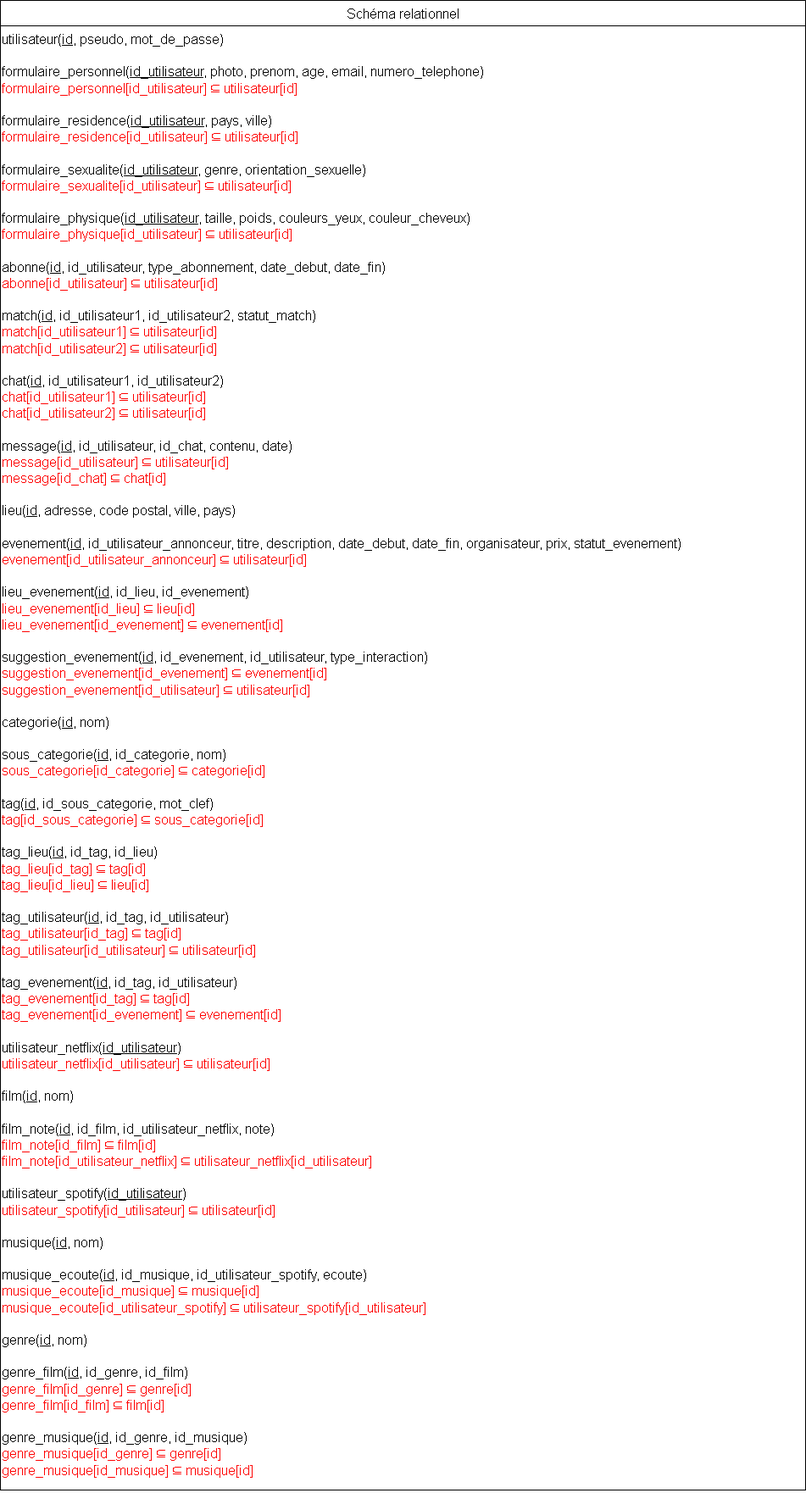
Above: RELATIONNEL.png in SuyuKuka/Le-Big-Match-Big-Brother-Is-Matching-You (draw.io), before the change. Source tidied: cells renumbered, new cells last; positions are measured from the earlier drawing's top-left corner, leaving out a move shared by most shapes.
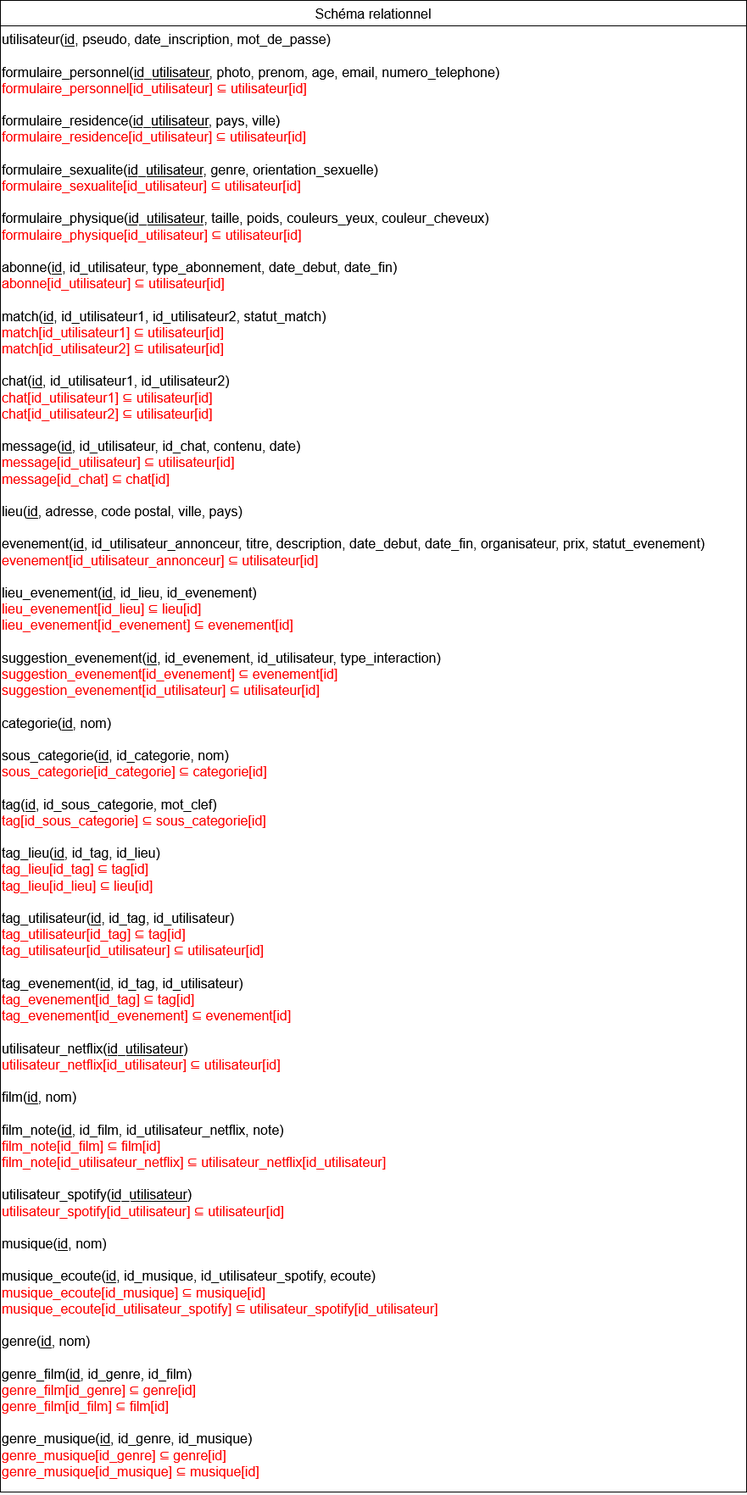
After the commit.

Commit message:
+ date d'inscription et update er relationnel

Diff of the diagram source:
```diff
@@ -2,17 +2,17 @@
   <root>
     <mxCell id="0" />
     <mxCell id="1" parent="0" />
-    <mxCell id="2" style="rounded=0;whiteSpace=wrap;html=1;" parent="1" vertex="1">
-      <mxGeometry width="950" height="1758" as="geometry" />
-    </mxCell>
+    <mxCell id="6" style="rounded=0;whiteSpace=wrap;html=1;" parent="1" vertex="1">
+      <mxGeometry width="880" height="1760" as="geometry" />
+    </mxCell>
     <mxCell id="3" value="Schéma relationnel" style="shape=table;startSize=30;strokeColor=default;fontSize=16;" parent="1" vertex="1">
-      <mxGeometry width="950" height="1758" as="geometry" />
+      <mxGeometry width="880" height="1760" as="geometry" />
     </mxCell>
     <mxCell id="4" style="shape=tableRow;horizontal=0;startSize=0;swimlaneHead=0;swimlaneBody=0;strokeColor=inherit;top=0;left=0;bottom=0;right=0;fillColor=none;fontSize=16;" parent="3" vertex="1">
-      <mxGeometry y="30" width="950" height="1728" as="geometry" />
+      <mxGeometry y="30" width="880" height="1730" as="geometry" />
     </mxCell>
-    <mxCell id="5" value="&lt;div&gt;utilisateur(&lt;u&gt;id&lt;/u&gt;, pseudo, mot_de_passe)&lt;/div&gt;&lt;div&gt;&lt;br&gt;&lt;/div&gt;&lt;div&gt;formulaire_personnel(&lt;u&gt;id_utilisateur&lt;/u&gt;, photo, prenom, age, email, numero_telephone)&lt;/div&gt;&lt;span style=&quot;color: rgb(255, 0, 0);&quot;&gt;formulaire_personnel[id_utilisateur] ⊆ utilisateur[id]&lt;/span&gt;&lt;br&gt;&lt;br&gt;formulaire_residence(&lt;u&gt;id_utilisateur&lt;/u&gt;, pays, ville)&lt;br&gt;&lt;span style=&quot;color: rgb(255, 0, 0);&quot;&gt;formulaire_residence&lt;/span&gt;&lt;span style=&quot;color: rgb(255, 0, 0);&quot;&gt;[id_utilisateur] ⊆ utilisateur[id]&lt;/span&gt;&lt;br&gt;&lt;br&gt;&lt;div&gt;formulaire_sexualite(&lt;u&gt;id_utilisateur&lt;/u&gt;, genre, orientation_sexuelle)&lt;/div&gt;&lt;div&gt;&lt;span style=&quot;color: rgb(255, 0, 0);&quot;&gt;formulaire_sexualite&lt;/span&gt;&lt;span style=&quot;color: rgb(255, 0, 0);&quot;&gt;[id_utilisateur] ⊆ utilisateur[id]&lt;/span&gt;&lt;/div&gt;&lt;br&gt;formulaire_physique(&lt;u&gt;id_utilisateur&lt;/u&gt;, taille, poids, couleurs_yeux, couleur_cheveux)&lt;br&gt;&lt;div&gt;&lt;div&gt;&lt;span style=&quot;color: rgb(255, 0, 0);&quot;&gt;formulaire_physique&lt;/span&gt;&lt;span style=&quot;color: rgb(255, 0, 0);&quot;&gt;[id_utilisateur] ⊆ utilisateur[id]&lt;/span&gt;&lt;/div&gt;&lt;/div&gt;&lt;br&gt;abonne(&lt;u&gt;id&lt;/u&gt;, id_utilisateur, type_abonnement,&amp;nbsp;date_debut,&amp;nbsp;date_fin)&lt;br&gt;&lt;span style=&quot;color: rgb(255, 0, 0);&quot;&gt;abonne[id_utilisateur] ⊆ utilisateur[id]&lt;/span&gt;&lt;br&gt;&lt;br&gt;match(&lt;u&gt;id&lt;/u&gt;, id_utilisateur1, id_utilisateur2, statut_match)&lt;br&gt;&lt;span style=&quot;color: rgb(255, 0, 0);&quot;&gt;match[id_utilisateur1] ⊆ utilisateur[id]&lt;br&gt;match[id_utilisateur2] ⊆ utilisateur[id]&lt;/span&gt;&lt;br&gt;&lt;br&gt;chat(&lt;u&gt;id&lt;/u&gt;, id_utilisateur1, id_utilisateur2)&lt;br&gt;&lt;span style=&quot;color: rgb(255, 0, 0);&quot;&gt;chat[id_utilisateur1] ⊆ utilisateur[id]&lt;br&gt;chat[id_utilisateur2] ⊆ utilisateur[id]&lt;/span&gt;&lt;br&gt;&lt;br&gt;message(&lt;u&gt;id&lt;/u&gt;, id_utilisateur, id_chat, contenu, date)&lt;br&gt;&lt;span style=&quot;color: rgb(255, 0, 0);&quot;&gt;message[id_utilisateur] ⊆ utilisateur[id]&lt;br&gt;&lt;/span&gt;&lt;div&gt;&lt;span style=&quot;color: rgb(255, 0, 0);&quot;&gt;message[id_chat] ⊆ chat[id]&lt;/span&gt;&lt;/div&gt;&lt;br&gt;&lt;div&gt;lieu(&lt;u&gt;id&lt;/u&gt;, adresse, code postal, ville, pays)&lt;/div&gt;&lt;div&gt;&lt;br&gt;&lt;/div&gt;&lt;div&gt;evenement(&lt;u&gt;id&lt;/u&gt;, id_utilisateur_annonceur, titre, description, date_debut, date_fin, organisateur, prix, statut_evenement)&lt;/div&gt;&lt;span style=&quot;color: rgb(255, 0, 0);&quot;&gt;evenement[id_utilisateur_annonceur] ⊆ utilisateur[id]&lt;/span&gt;&lt;br&gt;&lt;div&gt;&lt;br&gt;&lt;/div&gt;&lt;div&gt;lieu_evenement(&lt;u&gt;id&lt;/u&gt;, id_lieu, id_evenement)&lt;/div&gt;&lt;div&gt;&lt;span style=&quot;color: rgb(255, 0, 0);&quot;&gt;lieu_evenement[id_lieu] ⊆ lieu[id]&lt;/span&gt;&lt;/div&gt;&lt;div&gt;&lt;span style=&quot;color: rgb(255, 0, 0);&quot;&gt;lieu_evenement[id_evenement] ⊆ evenement[id]&lt;/span&gt;&lt;/div&gt;&lt;div&gt;&lt;span style=&quot;color: rgb(255, 0, 0);&quot;&gt;&lt;br&gt;&lt;/span&gt;&lt;/div&gt;suggestion_evenement(&lt;u&gt;id&lt;/u&gt;, id_evenement, id_utilisateur, type_interaction)&lt;br&gt;&lt;span style=&quot;background-color: light-dark(#ffffff, var(--ge-dark-color, #121212));&quot;&gt;&lt;span style=&quot;color: rgb(255, 0, 0);&quot;&gt;suggestion_evenement[id_evenement] ⊆ evenement[id]&lt;br&gt;suggestion_evenement[id_utilisateur] ⊆ utilisateur[id]&lt;/span&gt;&lt;/span&gt;&lt;br&gt;&lt;div&gt;&lt;br&gt;&lt;/div&gt;&lt;div&gt;categorie(&lt;u&gt;id&lt;/u&gt;, nom)&lt;/div&gt;&lt;div&gt;&lt;br&gt;&lt;/div&gt;&lt;div&gt;sous_categorie(&lt;u&gt;id&lt;/u&gt;, id_categorie, nom)&lt;br&gt;&lt;span style=&quot;color: rgb(255, 0, 0);&quot;&gt;sous_categorie[id_categorie] ⊆ categorie[id]&lt;/span&gt;&lt;/div&gt;&lt;div&gt;&lt;span style=&quot;color: rgb(255, 0, 0);&quot;&gt;&lt;br&gt;&lt;/span&gt;&lt;/div&gt;&lt;div&gt;tag(&lt;u&gt;id&lt;/u&gt;, id_sous_categorie, mot_clef)&lt;br&gt;&lt;span style=&quot;color: rgb(255, 0, 0);&quot;&gt;tag[id_sous_categorie] ⊆ sous_categorie[id]&lt;/span&gt;&lt;/div&gt;&lt;br&gt;tag_lieu(&lt;u&gt;id&lt;/u&gt;, id_tag, id_lieu)&lt;br&gt;&lt;span style=&quot;color: rgb(255, 0, 0);&quot;&gt;tag_lieu[id_tag] ⊆ tag[id]&lt;br&gt;tag_lieu[id_lieu] ⊆ lieu[id]&lt;/span&gt;&lt;br&gt;&lt;br&gt;tag_utilisateur(&lt;u&gt;id&lt;/u&gt;, id_tag, id_utilisateur)&lt;br&gt;&lt;span style=&quot;color: rgb(255, 0, 0);&quot;&gt;tag_utilisateur[id_tag] ⊆ tag[id]&lt;br&gt;tag_utilisateur[id_utilisateur] ⊆ utilisateur[id]&lt;/span&gt;&lt;br&gt;&lt;br&gt;tag_evenement(&lt;u&gt;id&lt;/u&gt;, id_tag, id_utilisateur)&lt;br&gt;&lt;span style=&quot;color: rgb(255, 0, 0);&quot;&gt;tag_evenement[id_tag] ⊆ tag[id]&lt;br&gt;tag_evenement[id_evenement] ⊆ evenement[id]&lt;/span&gt;&lt;br&gt;&lt;br&gt;utilisateur_netflix(&lt;u&gt;id_utilisateur&lt;/u&gt;)&lt;br&gt;&lt;span style=&quot;color: rgb(255, 0, 0);&quot;&gt;utilisateur_netflix[id_utilisateur] ⊆ utilisateur[id]&lt;/span&gt;&lt;br&gt;&lt;br&gt;film(&lt;u&gt;id&lt;/u&gt;, nom)&lt;br&gt;&lt;br&gt;film_note(&lt;u&gt;id&lt;/u&gt;, id_film, id_utilisateur_netflix, note)&lt;br&gt;&lt;span style=&quot;color: rgb(255, 0, 0);&quot;&gt;film_note[id_film] ⊆ film[id]&lt;br&gt;film_note[id_utilisateur_netflix] ⊆ utilisateur_netflix[id_utilisateur]&lt;/span&gt;&lt;br&gt;&lt;br&gt;utilisateur_spotify(&lt;u&gt;id_utilisateur&lt;/u&gt;)&lt;br&gt;&lt;span style=&quot;color: rgb(255, 0, 0);&quot;&gt;utilisateur_spotify[id_utilisateur] ⊆ utilisateur[id]&lt;/span&gt;&lt;br&gt;&lt;br&gt;musique(&lt;u&gt;id&lt;/u&gt;, nom)&lt;br&gt;&lt;br&gt;musique_ecoute(&lt;u&gt;id&lt;/u&gt;, id_musique, id_utilisateur_spotify, ecoute)&lt;br&gt;&lt;span style=&quot;color: rgb(255, 0, 0);&quot;&gt;musique_ecoute[id_musique] ⊆ musique[id]&lt;br&gt;musique_ecoute[id_utilisateur_spotify] ⊆ utilisateur_spotify[id_utilisateur]&lt;/span&gt;&lt;br&gt;&lt;br&gt;genre(&lt;u&gt;id&lt;/u&gt;, nom)&lt;br&gt;&lt;br&gt;genre_film(&lt;u&gt;id&lt;/u&gt;, id_genre, id_film)&lt;br&gt;&lt;span style=&quot;color: rgb(255, 0, 0);&quot;&gt;genre_film[id_genre] ⊆ genre[id]&lt;br&gt;genre_film[id_film] ⊆ film[id]&lt;/span&gt;&lt;br&gt;&lt;br&gt;genre_musique(&lt;u&gt;id&lt;/u&gt;, id_genre, id_musique)&lt;br&gt;&lt;span style=&quot;color: rgb(255, 0, 0);&quot;&gt;genre_musique[id_genre] ⊆ genre[id]&lt;br&gt;genre_musique[id_musique] ⊆ musique[id]&lt;/span&gt;" style="shape=partialRectangle;html=1;whiteSpace=wrap;strokeColor=inherit;overflow=hidden;fillColor=none;top=0;left=0;bottom=0;right=0;fontSize=16;align=left;verticalAlign=top;" parent="4" vertex="1">
-      <mxGeometry width="950" height="1728" as="geometry" />
+    <mxCell id="5" value="&lt;div&gt;utilisateur(&lt;u&gt;id&lt;/u&gt;, pseudo, date_inscription, mot_de_passe)&lt;/div&gt;&lt;div&gt;&lt;br&gt;&lt;/div&gt;&lt;div&gt;formulaire_personnel(&lt;u&gt;id_utilisateur&lt;/u&gt;, photo, prenom, age, email, numero_telephone)&lt;/div&gt;&lt;span style=&quot;color: rgb(255, 0, 0);&quot;&gt;formulaire_personnel[id_utilisateur] ⊆ utilisateur[id]&lt;/span&gt;&lt;br&gt;&lt;br&gt;formulaire_residence(&lt;u&gt;id_utilisateur&lt;/u&gt;, pays, ville)&lt;br&gt;&lt;span style=&quot;color: rgb(255, 0, 0);&quot;&gt;formulaire_residence&lt;/span&gt;&lt;span style=&quot;color: rgb(255, 0, 0);&quot;&gt;[id_utilisateur] ⊆ utilisateur[id]&lt;/span&gt;&lt;br&gt;&lt;br&gt;&lt;div&gt;formulaire_sexualite(&lt;u&gt;id_utilisateur&lt;/u&gt;, genre, orientation_sexuelle)&lt;/div&gt;&lt;div&gt;&lt;span style=&quot;color: rgb(255, 0, 0);&quot;&gt;formulaire_sexualite&lt;/span&gt;&lt;span style=&quot;color: rgb(255, 0, 0);&quot;&gt;[id_utilisateur] ⊆ utilisateur[id]&lt;/span&gt;&lt;/div&gt;&lt;br&gt;formulaire_physique(&lt;u&gt;id_utilisateur&lt;/u&gt;, taille, poids, couleurs_yeux, couleur_cheveux)&lt;br&gt;&lt;div&gt;&lt;div&gt;&lt;span style=&quot;color: rgb(255, 0, 0);&quot;&gt;formulaire_physique&lt;/span&gt;&lt;span style=&quot;color: rgb(255, 0, 0);&quot;&gt;[id_utilisateur] ⊆ utilisateur[id]&lt;/span&gt;&lt;/div&gt;&lt;/div&gt;&lt;br&gt;abonne(&lt;u&gt;id&lt;/u&gt;, id_utilisateur, type_abonnement,&amp;nbsp;date_debut,&amp;nbsp;date_fin)&lt;br&gt;&lt;span style=&quot;color: rgb(255, 0, 0);&quot;&gt;abonne[id_utilisateur] ⊆ utilisateur[id]&lt;/span&gt;&lt;br&gt;&lt;br&gt;match(&lt;u&gt;id&lt;/u&gt;, id_utilisateur1, id_utilisateur2, statut_match)&lt;br&gt;&lt;span style=&quot;color: rgb(255, 0, 0);&quot;&gt;match[id_utilisateur1] ⊆ utilisateur[id]&lt;br&gt;match[id_utilisateur2] ⊆ utilisateur[id]&lt;/span&gt;&lt;br&gt;&lt;br&gt;chat(&lt;u&gt;id&lt;/u&gt;, id_utilisateur1, id_utilisateur2)&lt;br&gt;&lt;span style=&quot;color: rgb(255, 0, 0);&quot;&gt;chat[id_utilisateur1] ⊆ utilisateur[id]&lt;br&gt;chat[id_utilisateur2] ⊆ utilisateur[id]&lt;/span&gt;&lt;br&gt;&lt;br&gt;message(&lt;u&gt;id&lt;/u&gt;, id_utilisateur, id_chat, contenu, date)&lt;br&gt;&lt;span style=&quot;color: rgb(255, 0, 0);&quot;&gt;message[id_utilisateur] ⊆ utilisateur[id]&lt;br&gt;&lt;/span&gt;&lt;div&gt;&lt;span style=&quot;color: rgb(255, 0, 0);&quot;&gt;message[id_chat] ⊆ chat[id]&lt;/span&gt;&lt;/div&gt;&lt;br&gt;&lt;div&gt;lieu(&lt;u&gt;id&lt;/u&gt;, adresse, code postal, ville, pays)&lt;/div&gt;&lt;div&gt;&lt;br&gt;&lt;/div&gt;&lt;div&gt;evenement(&lt;u&gt;id&lt;/u&gt;, id_utilisateur_annonceur, titre, description, date_debut, date_fin, organisateur, prix, statut_evenement)&lt;/div&gt;&lt;span style=&quot;color: rgb(255, 0, 0);&quot;&gt;evenement[id_utilisateur_annonceur] ⊆ utilisateur[id]&lt;/span&gt;&lt;br&gt;&lt;div&gt;&lt;br&gt;&lt;/div&gt;&lt;div&gt;lieu_evenement(&lt;u&gt;id&lt;/u&gt;, id_lieu, id_evenement)&lt;/div&gt;&lt;div&gt;&lt;span style=&quot;color: rgb(255, 0, 0);&quot;&gt;lieu_evenement[id_lieu] ⊆ lieu[id]&lt;/span&gt;&lt;/div&gt;&lt;div&gt;&lt;span style=&quot;color: rgb(255, 0, 0);&quot;&gt;lieu_evenement[id_evenement] ⊆ evenement[id]&lt;/span&gt;&lt;/div&gt;&lt;div&gt;&lt;span style=&quot;color: rgb(255, 0, 0);&quot;&gt;&lt;br&gt;&lt;/span&gt;&lt;/div&gt;suggestion_evenement(&lt;u&gt;id&lt;/u&gt;, id_evenement, id_utilisateur, type_interaction)&lt;br&gt;&lt;span style=&quot;background-color: light-dark(#ffffff, var(--ge-dark-color, #121212));&quot;&gt;&lt;span style=&quot;color: rgb(255, 0, 0);&quot;&gt;suggestion_evenement[id_evenement] ⊆ evenement[id]&lt;br&gt;suggestion_evenement[id_utilisateur] ⊆ utilisateur[id]&lt;/span&gt;&lt;/span&gt;&lt;br&gt;&lt;div&gt;&lt;br&gt;&lt;/div&gt;&lt;div&gt;categorie(&lt;u&gt;id&lt;/u&gt;, nom)&lt;/div&gt;&lt;div&gt;&lt;br&gt;&lt;/div&gt;&lt;div&gt;sous_categorie(&lt;u&gt;id&lt;/u&gt;, id_categorie, nom)&lt;br&gt;&lt;span style=&quot;color: rgb(255, 0, 0);&quot;&gt;sous_categorie[id_categorie] ⊆ categorie[id]&lt;/span&gt;&lt;/div&gt;&lt;div&gt;&lt;span style=&quot;color: rgb(255, 0, 0);&quot;&gt;&lt;br&gt;&lt;/span&gt;&lt;/div&gt;&lt;div&gt;tag(&lt;u&gt;id&lt;/u&gt;, id_sous_categorie, mot_clef)&lt;br&gt;&lt;span style=&quot;color: rgb(255, 0, 0);&quot;&gt;tag[id_sous_categorie] ⊆ sous_categorie[id]&lt;/span&gt;&lt;/div&gt;&lt;br&gt;tag_lieu(&lt;u&gt;id&lt;/u&gt;, id_tag, id_lieu)&lt;br&gt;&lt;span style=&quot;color: rgb(255, 0, 0);&quot;&gt;tag_lieu[id_tag] ⊆ tag[id]&lt;br&gt;tag_lieu[id_lieu] ⊆ lieu[id]&lt;/span&gt;&lt;br&gt;&lt;br&gt;tag_utilisateur(&lt;u&gt;id&lt;/u&gt;, id_tag, id_utilisateur)&lt;br&gt;&lt;span style=&quot;color: rgb(255, 0, 0);&quot;&gt;tag_utilisateur[id_tag] ⊆ tag[id]&lt;br&gt;tag_utilisateur[id_utilisateur] ⊆ utilisateur[id]&lt;/span&gt;&lt;br&gt;&lt;br&gt;tag_evenement(&lt;u&gt;id&lt;/u&gt;, id_tag, id_utilisateur)&lt;br&gt;&lt;span style=&quot;color: rgb(255, 0, 0);&quot;&gt;tag_evenement[id_tag] ⊆ tag[id]&lt;br&gt;tag_evenement[id_evenement] ⊆ evenement[id]&lt;/span&gt;&lt;br&gt;&lt;br&gt;utilisateur_netflix(&lt;u&gt;id_utilisateur&lt;/u&gt;)&lt;br&gt;&lt;span style=&quot;color: rgb(255, 0, 0);&quot;&gt;utilisateur_netflix[id_utilisateur] ⊆ utilisateur[id]&lt;/span&gt;&lt;br&gt;&lt;br&gt;film(&lt;u&gt;id&lt;/u&gt;, nom)&lt;br&gt;&lt;br&gt;film_note(&lt;u&gt;id&lt;/u&gt;, id_film, id_utilisateur_netflix, note)&lt;br&gt;&lt;span style=&quot;color: rgb(255, 0, 0);&quot;&gt;film_note[id_film] ⊆ film[id]&lt;br&gt;film_note[id_utilisateur_netflix] ⊆ utilisateur_netflix[id_utilisateur]&lt;/span&gt;&lt;br&gt;&lt;br&gt;utilisateur_spotify(&lt;u&gt;id_utilisateur&lt;/u&gt;)&lt;br&gt;&lt;span style=&quot;color: rgb(255, 0, 0);&quot;&gt;utilisateur_spotify[id_utilisateur] ⊆ utilisateur[id]&lt;/span&gt;&lt;br&gt;&lt;br&gt;musique(&lt;u&gt;id&lt;/u&gt;, nom)&lt;br&gt;&lt;br&gt;musique_ecoute(&lt;u&gt;id&lt;/u&gt;, id_musique, id_utilisateur_spotify, ecoute)&lt;br&gt;&lt;span style=&quot;color: rgb(255, 0, 0);&quot;&gt;musique_ecoute[id_musique] ⊆ musique[id]&lt;br&gt;musique_ecoute[id_utilisateur_spotify] ⊆ utilisateur_spotify[id_utilisateur]&lt;/span&gt;&lt;br&gt;&lt;br&gt;genre(&lt;u&gt;id&lt;/u&gt;, nom)&lt;br&gt;&lt;br&gt;genre_film(&lt;u&gt;id&lt;/u&gt;, id_genre, id_film)&lt;br&gt;&lt;span style=&quot;color: rgb(255, 0, 0);&quot;&gt;genre_film[id_genre] ⊆ genre[id]&lt;br&gt;genre_film[id_film] ⊆ film[id]&lt;/span&gt;&lt;br&gt;&lt;br&gt;genre_musique(&lt;u&gt;id&lt;/u&gt;, id_genre, id_musique)&lt;br&gt;&lt;span style=&quot;color: rgb(255, 0, 0);&quot;&gt;genre_musique[id_genre] ⊆ genre[id]&lt;br&gt;genre_musique[id_musique] ⊆ musique[id]&lt;/span&gt;" style="shape=partialRectangle;html=1;whiteSpace=wrap;strokeColor=inherit;overflow=hidden;fillColor=none;top=0;left=0;bottom=0;right=0;fontSize=16;align=left;verticalAlign=top;" parent="4" vertex="1">
+      <mxGeometry width="880" height="1730" as="geometry" />
     </mxCell>
   </root>
 </mxGraphModel>
```
